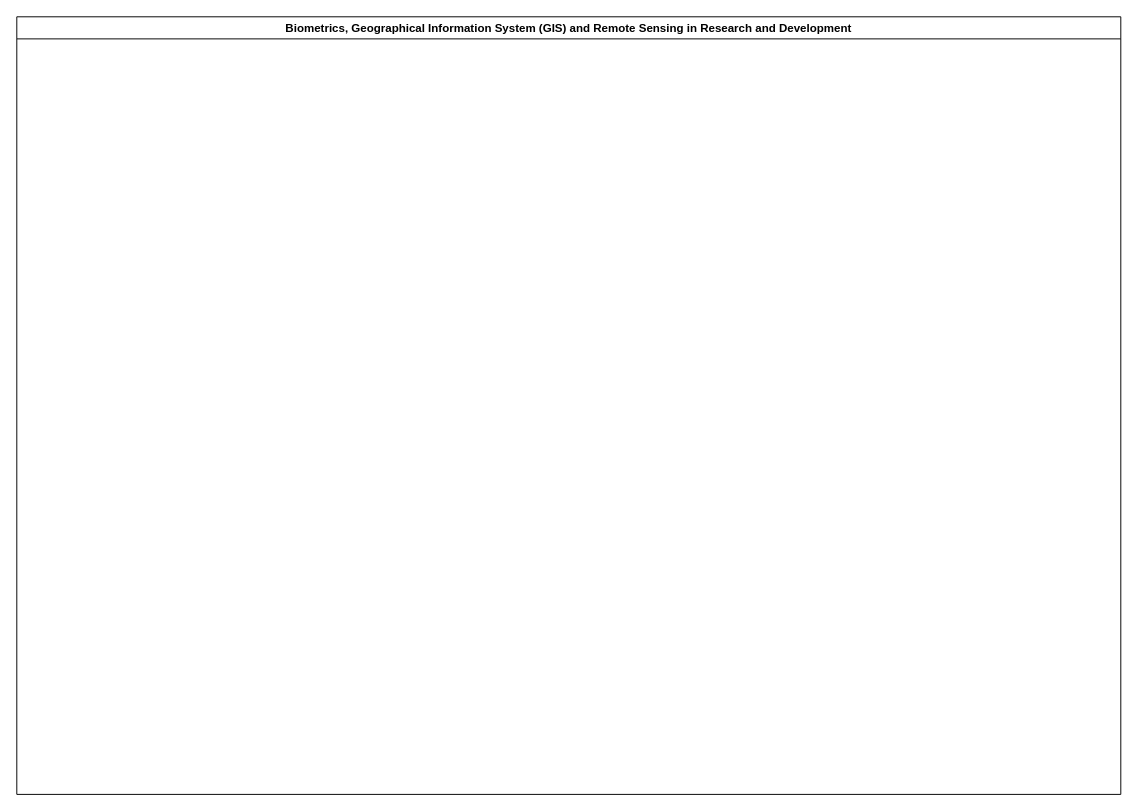
kmagua/flowcharts keeps this draw.io diagram as KEFRI-R&D-1. Biometrics, Geographical Information System.drawio. Above is the earlier version. Source tidied: cells renumbered, new cells numbered last; positions are measured from the earlier drawing's top-left corner, leaving out a move shared by most shapes. Both pictures are drawn from the tidied source at 96%, with x=0, y=0 at pixel (16, 16).
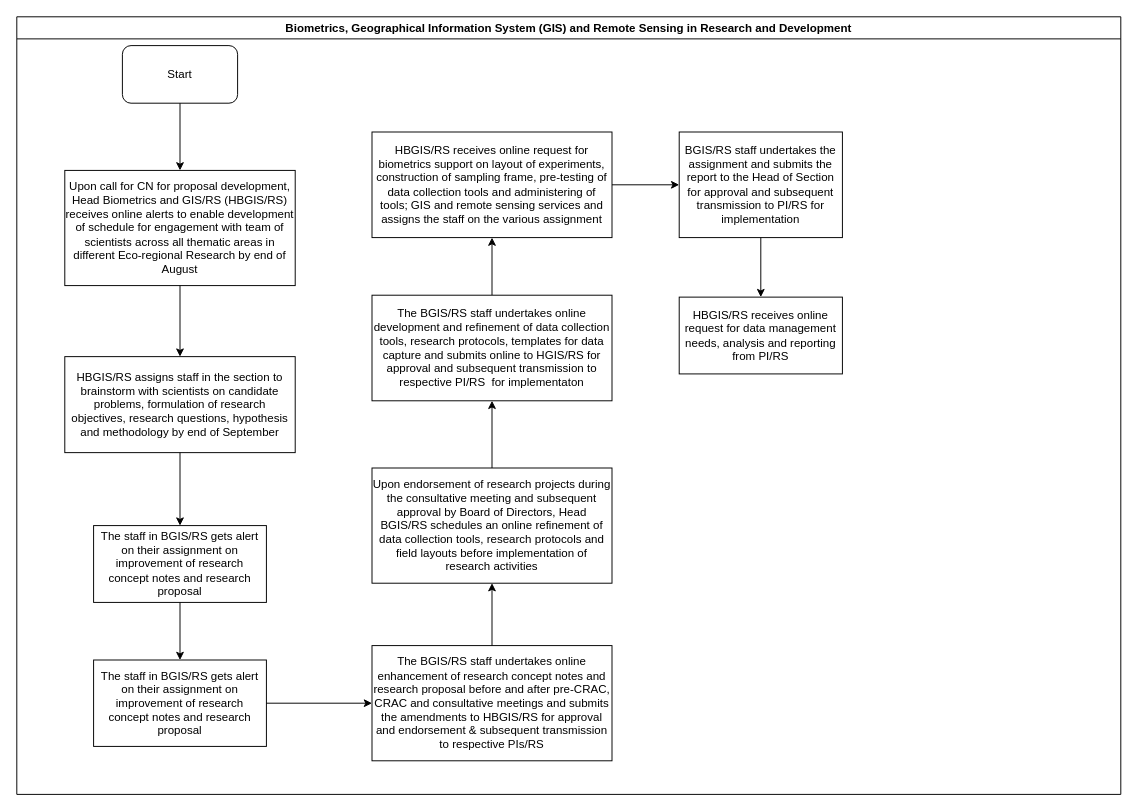
After the change.

Unchanged cells that the change refers to:
```xml
<mxCell id="2" value="Biometrics, Geographical Information System (GIS) and Remote Sensing in Research and Development" style="swimlane;" parent="1" vertex="1">
  <mxGeometry width="1150" height="810" as="geometry" />
</mxCell>
```

Diff of the diagram source:
```diff
@@
+    <mxCell id="3" value="Start" style="rounded=1;whiteSpace=wrap;html=1;" parent="2" vertex="1">
+      <mxGeometry x="110" y="30" width="120" height="60" as="geometry" />
+    </mxCell>
+    <mxCell id="4" value="Upon call for CN for proposal development, Head Biometrics and GIS/RS (HBGIS/RS) receives online alerts to enable development of schedule for engagement with team of scientists across all thematic areas in different Eco-regional Research by end of August" style="rounded=0;whiteSpace=wrap;html=1;" parent="2" vertex="1">
+      <mxGeometry x="50" y="160" width="240" height="120" as="geometry" />
+    </mxCell>
+    <mxCell id="5" style="edgeStyle=orthogonalEdgeStyle;rounded=0;jettySize=auto;html=1;" parent="2" edge="1" source="3" target="4">
+      <mxGeometry relative="1" as="geometry" />
+    </mxCell>
+    <mxCell id="6" value="The staff in BGIS/RS gets alert on their assignment on improvement of research concept notes and research proposal" style="whiteSpace=wrap;html=1;rounded=0;" parent="2" vertex="1">
+      <mxGeometry x="80" y="670" width="180" height="90" as="geometry" />
+    </mxCell>
+    <mxCell id="7" value="HBGIS/RS assigns staff in the section to brainstorm with scientists on candidate problems, formulation of research objectives, research questions, hypothesis and methodology by end of September" style="rounded=0;whiteSpace=wrap;html=1;" parent="2" vertex="1">
+      <mxGeometry x="50" y="354" width="240" height="100" as="geometry" />
+    </mxCell>
+    <mxCell id="8" style="edgeStyle=orthogonalEdgeStyle;rounded=0;jettySize=auto;html=1;" parent="2" edge="1" source="4" target="7">
+      <mxGeometry relative="1" as="geometry" />
+    </mxCell>
+    <mxCell id="9" value="The staff in BGIS/RS gets alert on their assignment on improvement of research concept notes and research proposal" style="rounded=0;whiteSpace=wrap;html=1;" parent="2" vertex="1">
+      <mxGeometry x="80" y="530" width="180" height="80" as="geometry" />
+    </mxCell>
+    <mxCell id="10" style="edgeStyle=orthogonalEdgeStyle;rounded=0;jettySize=auto;html=1;" parent="2" edge="1" source="7" target="9">
+      <mxGeometry relative="1" as="geometry" />
+    </mxCell>
+    <mxCell id="11" style="edgeStyle=orthogonalEdgeStyle;rounded=0;jettySize=auto;html=1;" parent="2" edge="1" source="9" target="6">
+      <mxGeometry relative="1" as="geometry" />
+    </mxCell>
+    <mxCell id="12" value="The BGIS/RS staff undertakes online enhancement of research concept notes and research proposal before and after pre-CRAC, CRAC and consultative meetings and submits the amendments to HBGIS/RS for approval and endorsement &amp;amp; subsequent transmission to respective PIs/RS" style="whiteSpace=wrap;html=1;rounded=0;" parent="2" vertex="1">
+      <mxGeometry x="370" y="655" width="250" height="120" as="geometry" />
+    </mxCell>
+    <mxCell id="13" style="edgeStyle=orthogonalEdgeStyle;rounded=0;jettySize=auto;html=1;" parent="2" edge="1" source="6" target="12">
+      <mxGeometry relative="1" as="geometry" />
+    </mxCell>
+    <mxCell id="14" value="Upon endorsement of research projects during the consultative meeting and subsequent approval by Board of Directors, Head BGIS/RS schedules an online refinement of data collection tools, research protocols and field layouts before implementation of research activities" style="whiteSpace=wrap;html=1;rounded=0;" parent="2" vertex="1">
+      <mxGeometry x="370" y="470" width="250" height="120" as="geometry" />
+    </mxCell>
+    <mxCell id="15" style="edgeStyle=orthogonalEdgeStyle;rounded=0;jettySize=auto;html=1;" parent="2" edge="1" source="12" target="14">
+      <mxGeometry relative="1" as="geometry" />
+    </mxCell>
+    <mxCell id="16" value="HBGIS/RS receives online request for biometrics support on layout of experiments, construction of sampling frame, pre-testing of data collection tools and administering of tools; GIS and remote sensing services and assigns the staff on the various assignment" style="whiteSpace=wrap;html=1;rounded=0;" parent="2" vertex="1">
+      <mxGeometry x="370" y="120" width="250" height="110" as="geometry" />
+    </mxCell>
+    <mxCell id="17" value="BGIS/RS staff undertakes the assignment and submits the report to the Head of Section for approval and subsequent transmission to PI/RS for implementation" style="whiteSpace=wrap;html=1;rounded=0;" parent="2" vertex="1">
+      <mxGeometry x="690" y="120" width="170" height="110" as="geometry" />
+    </mxCell>
+    <mxCell id="18" style="edgeStyle=orthogonalEdgeStyle;rounded=0;jettySize=auto;html=1;" parent="2" edge="1" source="16" target="17">
+      <mxGeometry relative="1" as="geometry" />
+    </mxCell>
+    <mxCell id="19" style="edgeStyle=orthogonalEdgeStyle;rounded=0;jettySize=auto;html=1;" parent="1" edge="1" source="20" target="16">
+      <mxGeometry relative="1" as="geometry" />
+    </mxCell>
+    <mxCell id="20" value="The BGIS/RS staff undertakes online development and refinement of data collection tools, research protocols, templates for data capture and submits online to HGIS/RS for approval and subsequent transmission to respective PI/RS&amp;nbsp; for implementaton" style="whiteSpace=wrap;html=1;rounded=0;" parent="1" vertex="1">
+      <mxGeometry x="370" y="290" width="250" height="110" as="geometry" />
+    </mxCell>
+    <mxCell id="21" style="edgeStyle=orthogonalEdgeStyle;rounded=0;jettySize=auto;html=1;" parent="1" edge="1" source="14" target="20">
+      <mxGeometry relative="1" as="geometry" />
+    </mxCell>
+    <mxCell id="22" value="HBGIS/RS receives online request for data management needs, analysis and reporting from PI/RS" style="whiteSpace=wrap;html=1;rounded=0;" parent="1" vertex="1">
+      <mxGeometry x="690" y="292" width="170" height="80" as="geometry" />
+    </mxCell>
+    <mxCell id="23" style="edgeStyle=orthogonalEdgeStyle;rounded=0;jettySize=auto;html=1;" parent="1" edge="1" source="17" target="22">
+      <mxGeometry relative="1" as="geometry" />
+    </mxCell>
```
